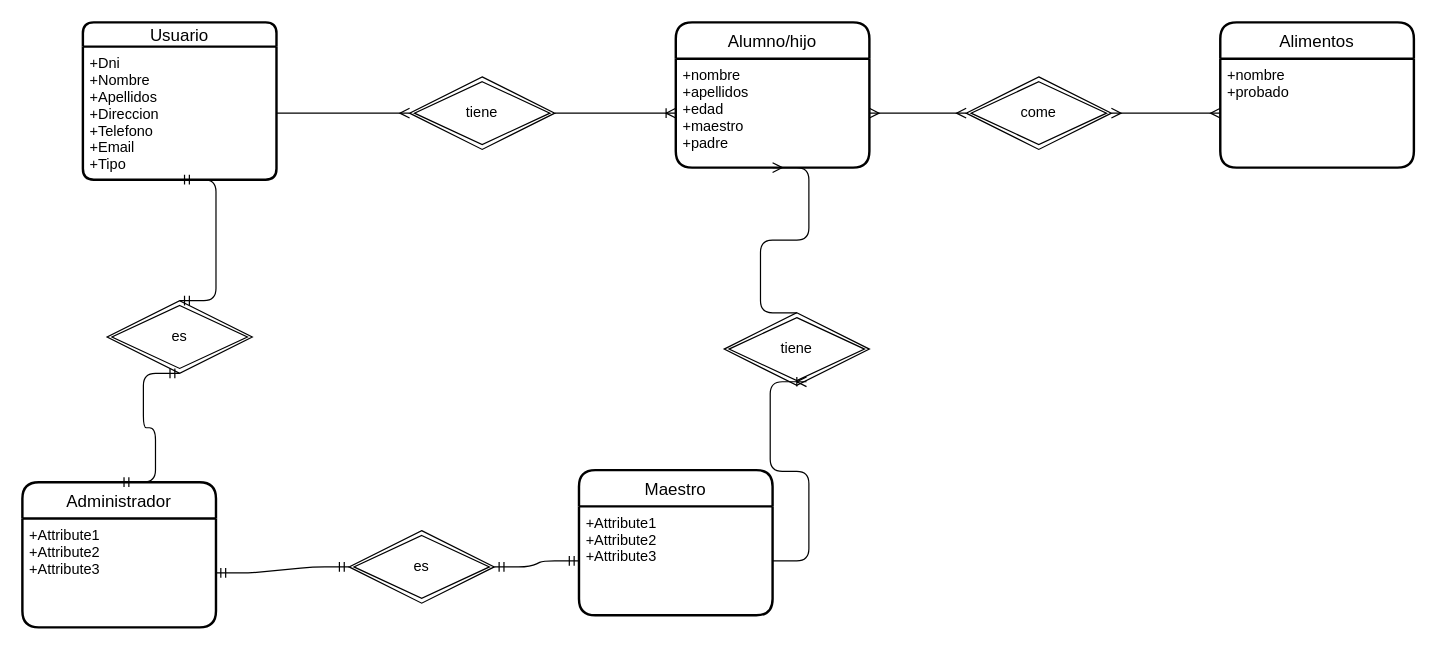
This is Untitled Diagram.drawio from KBL-C/AppHuertoOlivo, a draw.io file, before an edit. Source tidied: cells renumbered, new cells numbered last; positions are measured from the earlier drawing's top-left corner, leaving out a move shared by most shapes. Both pictures are drawn from the tidied source at 121%, with x=0, y=0 at pixel (22, 22).
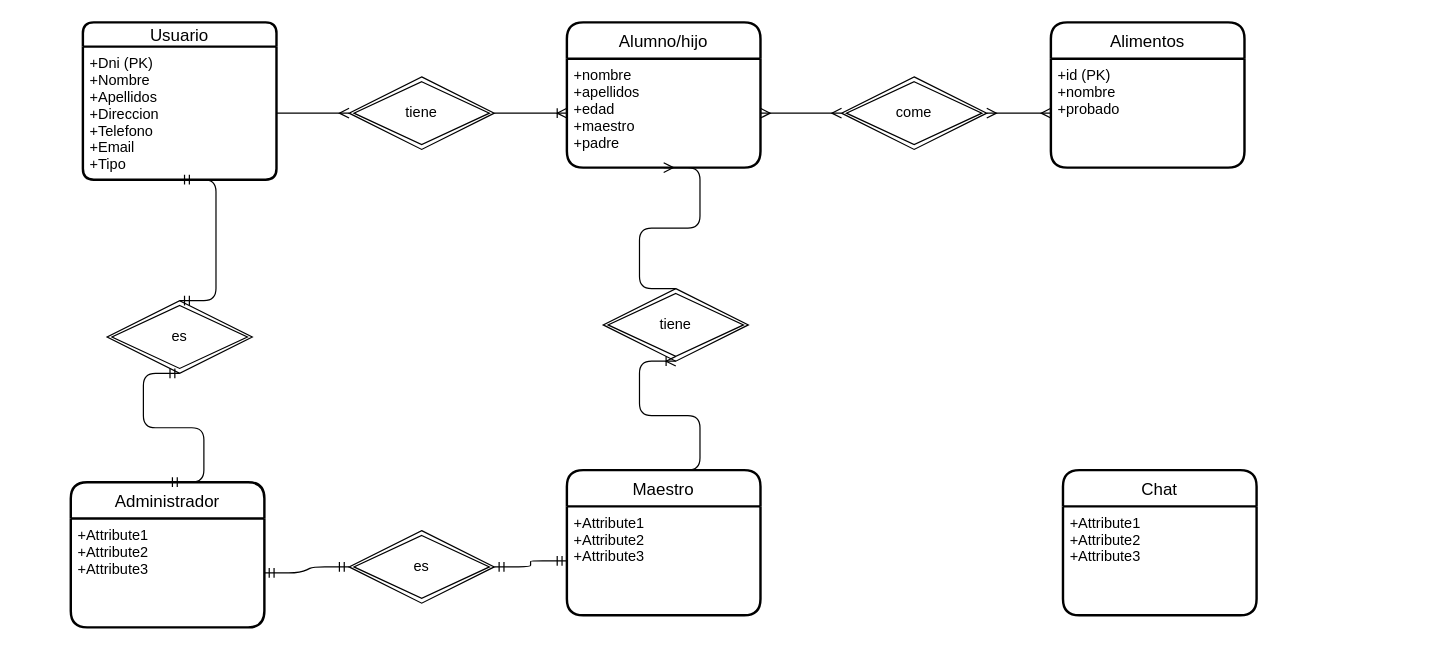
After the change.

Unchanged cells that the change refers to:
```xml
<mxCell id="2" value="Usuario" style="swimlane;horizontal=1;startSize=20;rounded=1;fontSize=14;fontStyle=0;strokeWidth=2;shadow=0;dashed=0;align=center;" parent="1" vertex="1">
  <mxGeometry x="50" width="160" height="130" as="geometry" />
</mxCell>
<mxCell id="7" value="+Attribute1&#10;+Attribute2&#10;+Attribute3" style="align=left;strokeColor=none;fillColor=none;spacingLeft=4;fontSize=12;verticalAlign=top;" parent="6" vertex="1">
  <mxGeometry y="30" width="160" height="90" as="geometry" />
</mxCell>
```

What changed in the source:
```diff
@@
-    <mxCell id="3" value="+Dni&#10;+Nombre&#10;+Apellidos&#10;+Direccion&#10;+Telefono&#10;+Email&#10;+Tipo" style="align=left;strokeColor=none;fillColor=none;spacingLeft=4;fontSize=12;verticalAlign=top;" parent="2" vertex="1">
+    <mxCell id="3" value="+Dni (PK)&#10;+Nombre&#10;+Apellidos&#10;+Direccion&#10;+Telefono&#10;+Email&#10;+Tipo" style="align=left;strokeColor=none;fillColor=none;spacingLeft=4;fontSize=12;verticalAlign=top;" parent="2" vertex="1">
       <mxGeometry y="20" width="160" height="110" as="geometry" />
     </mxCell>
     <mxCell id="4" value="Administrador" style="swimlane;horizontal=1;startSize=30;rounded=1;fontSize=14;fontStyle=0;strokeWidth=2;shadow=0;dashed=0;align=center;" parent="1" vertex="1">
-      <mxGeometry y="380" width="160" height="120" as="geometry" />
+      <mxGeometry x="40" y="380" width="160" height="120" as="geometry" />
     </mxCell>
@@
     <mxCell id="6" value="Maestro" style="swimlane;horizontal=1;startSize=30;rounded=1;fontSize=14;fontStyle=0;strokeWidth=2;shadow=0;dashed=0;align=center;" parent="1" vertex="1">
-      <mxGeometry x="460" y="370" width="160" height="120" as="geometry" />
+      <mxGeometry x="450" y="370" width="160" height="120" as="geometry" />
     </mxCell>
@@
     <mxCell id="8" value="Alumno/hijo" style="swimlane;horizontal=1;startSize=30;rounded=1;fontSize=14;fontStyle=0;strokeWidth=2;shadow=0;dashed=0;align=center;" parent="1" vertex="1">
-      <mxGeometry x="540" width="160" height="120" as="geometry" />
+      <mxGeometry x="450" width="160" height="120" as="geometry" />
     </mxCell>
@@
     <mxCell id="10" value="Alimentos" style="swimlane;horizontal=1;startSize=30;rounded=1;fontSize=14;fontStyle=0;strokeWidth=2;shadow=0;dashed=0;align=center;" parent="1" vertex="1">
-      <mxGeometry x="990" width="160" height="120" as="geometry" />
+      <mxGeometry x="850" width="160" height="120" as="geometry" />
     </mxCell>
-    <mxCell id="11" value="+nombre&#10;+probado" style="align=left;strokeColor=none;fillColor=none;spacingLeft=4;fontSize=12;verticalAlign=top;" parent="10" vertex="1">
+    <mxCell id="11" value="+id (PK)&#10;+nombre&#10;+probado" style="align=left;strokeColor=none;fillColor=none;spacingLeft=4;fontSize=12;verticalAlign=top;" parent="10" vertex="1">
       <mxGeometry y="30" width="160" height="90" as="geometry" />
     </mxCell>
@@
     <mxCell id="13" value="tiene" style="shape=rhombus;double=1;perimeter=rhombusPerimeter;whiteSpace=wrap;html=1;align=center;" parent="1" vertex="1">
-      <mxGeometry x="320" y="45" width="120" height="60" as="geometry" />
+      <mxGeometry x="270" y="45" width="120" height="60" as="geometry" />
     </mxCell>
@@
     <mxCell id="15" value="come" style="shape=rhombus;double=1;perimeter=rhombusPerimeter;whiteSpace=wrap;html=1;align=center;" parent="1" vertex="1">
-      <mxGeometry x="780" y="45" width="120" height="60" as="geometry" />
+      <mxGeometry x="677" y="45" width="120" height="60" as="geometry" />
     </mxCell>
@@
     <mxCell id="19" value="tiene" style="shape=rhombus;double=1;perimeter=rhombusPerimeter;whiteSpace=wrap;html=1;align=center;" parent="1" vertex="1">
-      <mxGeometry x="580" y="240" width="120" height="60" as="geometry" />
+      <mxGeometry x="480" y="220" width="120" height="60" as="geometry" />
     </mxCell>
-    <mxCell id="20" style="edgeStyle=entityRelationEdgeStyle;fontSize=12;html=1;endArrow=ERoneToMany;exitX=1;exitY=0.5;exitDx=0;exitDy=0;entryX=0.567;entryY=0.95;entryDx=0;entryDy=0;entryPerimeter=0;" parent="1" edge="1" source="7" target="19">
+    <mxCell id="20" style="edgeStyle=entityRelationEdgeStyle;fontSize=12;html=1;endArrow=ERoneToMany;exitX=0.5;exitY=0;exitDx=0;exitDy=0;entryX=0.5;entryY=1;entryDx=0;entryDy=0;" parent="1" edge="1" source="6" target="19">
       <mxGeometry relative="1" as="geometry" />
     </mxCell>
@@
+    <mxCell id="27" value="Chat" style="swimlane;horizontal=1;startSize=30;rounded=1;fontSize=14;fontStyle=0;strokeWidth=2;shadow=0;dashed=0;align=center;" parent="1" vertex="1">
+      <mxGeometry x="860" y="370" width="160" height="120" as="geometry" />
+    </mxCell>
+    <mxCell id="28" value="+Attribute1&#10;+Attribute2&#10;+Attribute3" style="align=left;strokeColor=none;fillColor=none;spacingLeft=4;fontSize=12;verticalAlign=top;" parent="27" vertex="1">
+      <mxGeometry y="30" width="160" height="90" as="geometry" />
+    </mxCell>
```
